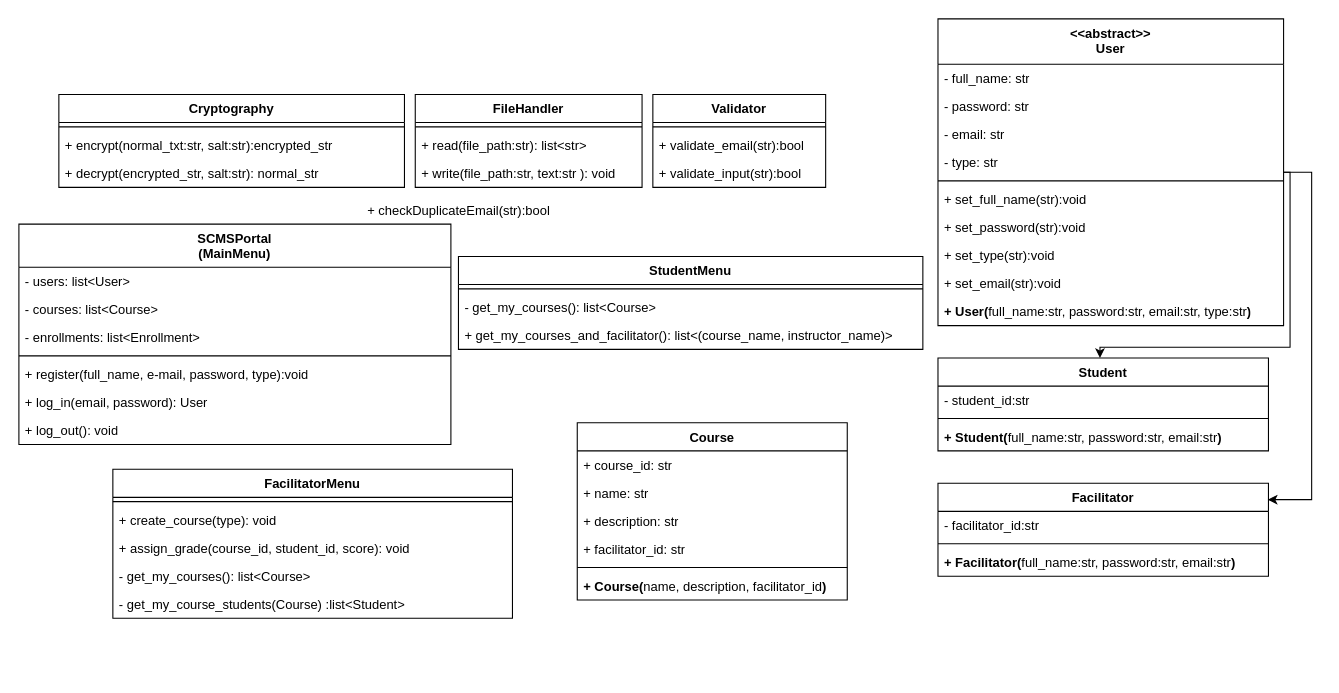
Before: page "Page-4" (4 of 4) of diagrams_scms.drawio in ifeanyicyriacus/student_course_management_system, a draw.io diagram. Source tidied: cells renumbered, new cells numbered last; positions are measured from the earlier drawing's top-left corner, leaving out a move shared by most shapes. Both pictures are drawn from the tidied source at 108%, with x=0, y=0 at pixel (18, 18).
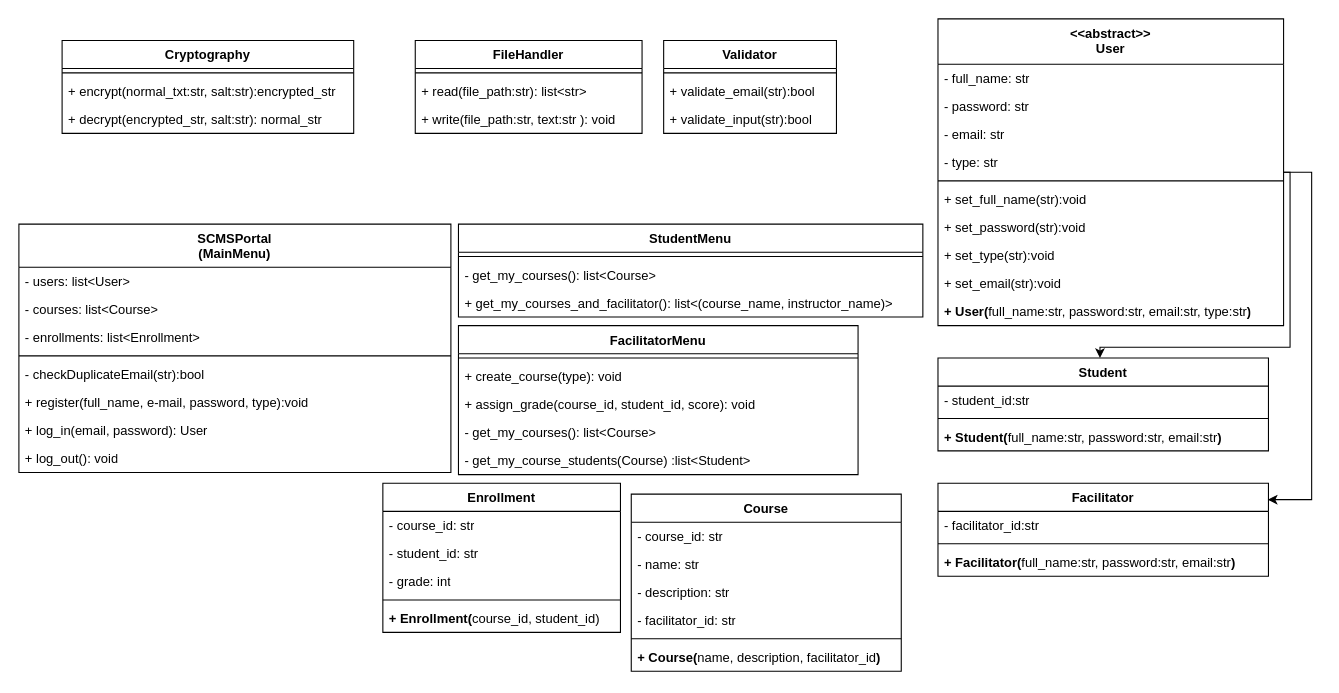
Above is the later version.

Diff of the diagram source:
```diff
@@
     <mxCell id="2" value="SCMSPortal&lt;div&gt;(MainMenu)&lt;/div&gt;" style="swimlane;fontStyle=1;align=center;verticalAlign=top;horizontal=1;startSize=40;whiteSpace=wrap;html=1;" parent="1" vertex="1">
-      <mxGeometry y="190" width="400" height="204" as="geometry" />
+      <mxGeometry y="190" width="400" height="230" as="geometry" />
     </mxCell>
@@
+    <mxCell id="42" value="- checkDuplicateEmail(str):bool" style="text;strokeColor=none;fillColor=none;align=left;verticalAlign=top;spacingLeft=4;spacingRight=4;overflow=hidden;whiteSpace=wrap;html=1;" parent="2" vertex="1">
+      <mxGeometry y="126" width="400" height="26" as="geometry" />
+    </mxCell>
     <mxCell id="7" value="+ register(full_name, e-mail, password, type):void" style="text;strokeColor=none;fillColor=none;align=left;verticalAlign=top;spacingLeft=4;spacingRight=4;overflow=hidden;whiteSpace=wrap;html=1;" parent="2" vertex="1">
-      <mxGeometry y="126" width="400" height="26" as="geometry" />
+      <mxGeometry y="152" width="400" height="26" as="geometry" />
     </mxCell>
     <mxCell id="8" value="+ log_in(email, password): User" style="text;strokeColor=none;fillColor=none;align=left;verticalAlign=top;spacingLeft=4;spacingRight=4;overflow=hidden;whiteSpace=wrap;html=1;" parent="2" vertex="1">
-      <mxGeometry y="152" width="400" height="26" as="geometry" />
+      <mxGeometry y="178" width="400" height="26" as="geometry" />
     </mxCell>
     <mxCell id="9" value="&lt;font style=&quot;color: light-dark(rgb(0, 0, 0), rgb(255, 255, 255));&quot;&gt;+ log_out(): void&lt;/font&gt;" style="text;strokeColor=none;fillColor=none;align=left;verticalAlign=top;spacingLeft=4;spacingRight=4;overflow=hidden;whiteSpace=wrap;html=1;" parent="2" vertex="1">
-      <mxGeometry y="178" width="400" height="26" as="geometry" />
+      <mxGeometry y="204" width="400" height="26" as="geometry" />
     </mxCell>
@@
     <mxCell id="30" value="Validator" style="swimlane;fontStyle=1;align=center;verticalAlign=top;horizontal=1;startSize=26;whiteSpace=wrap;html=1;" parent="1" vertex="1">
-      <mxGeometry x="587" y="70" width="160" height="86" as="geometry" />
+      <mxGeometry x="597" y="20" width="160" height="86" as="geometry" />
     </mxCell>
@@
     <mxCell id="34" value="Cryptography" style="swimlane;fontStyle=1;align=center;verticalAlign=top;horizontal=1;startSize=26;whiteSpace=wrap;html=1;" parent="1" vertex="1">
-      <mxGeometry x="37" y="70" width="320" height="86" as="geometry" />
+      <mxGeometry x="40" y="20" width="270" height="86" as="geometry" />
     </mxCell>
     <mxCell id="35" style="line;strokeWidth=1;fillColor=none;align=left;verticalAlign=middle;spacingTop=-1;spacingLeft=3;spacingRight=3;labelPosition=right;strokeColor=inherit;" parent="34" vertex="1">
-      <mxGeometry y="26" width="320" height="8" as="geometry" />
+      <mxGeometry y="26" width="270" height="8" as="geometry" />
     </mxCell>
     <mxCell id="36" value="+ encrypt(normal_txt:str, salt:str):encrypted_str" style="text;strokeColor=none;fillColor=none;align=left;verticalAlign=top;spacingLeft=4;spacingRight=4;overflow=hidden;whiteSpace=wrap;html=1;" parent="34" vertex="1">
-      <mxGeometry y="34" width="320" height="26" as="geometry" />
+      <mxGeometry y="34" width="270" height="26" as="geometry" />
     </mxCell>
     <mxCell id="37" value="+ decrypt(encrypted_str, salt:str): normal_str" style="text;strokeColor=none;fillColor=none;align=left;verticalAlign=top;spacingLeft=4;spacingRight=4;overflow=hidden;whiteSpace=wrap;html=1;" parent="34" vertex="1">
-      <mxGeometry y="60" width="320" height="26" as="geometry" />
+      <mxGeometry y="60" width="270" height="26" as="geometry" />
     </mxCell>
     <mxCell id="38" value="FileHandler" style="swimlane;fontStyle=1;align=center;verticalAlign=top;horizontal=1;startSize=26;whiteSpace=wrap;html=1;" parent="1" vertex="1">
-      <mxGeometry x="367" y="70" width="210" height="86" as="geometry" />
+      <mxGeometry x="367" y="20" width="210" height="86" as="geometry" />
     </mxCell>
@@
-    <mxCell id="42" value="+ checkDuplicateEmail(str):bool" style="text;strokeColor=none;fillColor=none;align=left;verticalAlign=top;spacingLeft=4;spacingRight=4;overflow=hidden;whiteSpace=wrap;html=1;" parent="1" vertex="1">
-      <mxGeometry x="317" y="164" width="180" height="26" as="geometry" />
-    </mxCell>
     <mxCell id="43" value="&lt;span style=&quot;background-color: transparent; color: light-dark(rgb(0, 0, 0), rgb(255, 255, 255));&quot;&gt;FacilitatorMenu&lt;/span&gt;" style="swimlane;fontStyle=1;align=center;verticalAlign=top;horizontal=1;startSize=26;whiteSpace=wrap;html=1;" parent="1" vertex="1">
-      <mxGeometry x="87" y="417" width="370" height="138" as="geometry" />
+      <mxGeometry x="407" y="284" width="370" height="138" as="geometry" />
     </mxCell>
@@
     <mxCell id="49" value="StudentMenu" style="swimlane;fontStyle=1;align=center;verticalAlign=top;horizontal=1;startSize=26;whiteSpace=wrap;html=1;" parent="1" vertex="1">
-      <mxGeometry x="407" y="220" width="430" height="86" as="geometry" />
+      <mxGeometry x="407" y="190" width="430" height="86" as="geometry" />
     </mxCell>
@@
     <mxCell id="54" value="Course" style="swimlane;fontStyle=1;align=center;verticalAlign=top;horizontal=1;startSize=26;whiteSpace=wrap;html=1;" parent="1" vertex="1">
-      <mxGeometry x="517" y="374" width="250" height="164" as="geometry" />
+      <mxGeometry x="567" y="440" width="250" height="164" as="geometry" />
     </mxCell>
-    <mxCell id="55" value="+ course_id: str" style="text;strokeColor=none;fillColor=none;align=left;verticalAlign=top;spacingLeft=4;spacingRight=4;overflow=hidden;whiteSpace=wrap;html=1;" parent="54" vertex="1">
+    <mxCell id="55" value="- course_id: str" style="text;strokeColor=none;fillColor=none;align=left;verticalAlign=top;spacingLeft=4;spacingRight=4;overflow=hidden;whiteSpace=wrap;html=1;" parent="54" vertex="1">
       <mxGeometry y="26" width="250" height="26" as="geometry" />
     </mxCell>
-    <mxCell id="56" value="+ name: str" style="text;strokeColor=none;fillColor=none;align=left;verticalAlign=top;spacingLeft=4;spacingRight=4;overflow=hidden;whiteSpace=wrap;html=1;" parent="54" vertex="1">
+    <mxCell id="56" value="- name: str" style="text;strokeColor=none;fillColor=none;align=left;verticalAlign=top;spacingLeft=4;spacingRight=4;overflow=hidden;whiteSpace=wrap;html=1;" parent="54" vertex="1">
       <mxGeometry y="52" width="250" height="26" as="geometry" />
     </mxCell>
-    <mxCell id="57" value="+ description: str" style="text;strokeColor=none;fillColor=none;align=left;verticalAlign=top;spacingLeft=4;spacingRight=4;overflow=hidden;whiteSpace=wrap;html=1;" parent="54" vertex="1">
+    <mxCell id="57" value="- description: str" style="text;strokeColor=none;fillColor=none;align=left;verticalAlign=top;spacingLeft=4;spacingRight=4;overflow=hidden;whiteSpace=wrap;html=1;" parent="54" vertex="1">
       <mxGeometry y="78" width="250" height="26" as="geometry" />
     </mxCell>
-    <mxCell id="58" value="+ facilitator_id: str" style="text;strokeColor=none;fillColor=none;align=left;verticalAlign=top;spacingLeft=4;spacingRight=4;overflow=hidden;whiteSpace=wrap;html=1;" parent="54" vertex="1">
+    <mxCell id="58" value="- facilitator_id: str" style="text;strokeColor=none;fillColor=none;align=left;verticalAlign=top;spacingLeft=4;spacingRight=4;overflow=hidden;whiteSpace=wrap;html=1;" parent="54" vertex="1">
       <mxGeometry y="104" width="250" height="26" as="geometry" />
     </mxCell>
@@
+    <mxCell id="61" value="Enrollment" style="swimlane;fontStyle=1;align=center;verticalAlign=top;horizontal=1;startSize=26;whiteSpace=wrap;html=1;" parent="1" vertex="1">
+      <mxGeometry x="337" y="430" width="220" height="138" as="geometry" />
+    </mxCell>
+    <mxCell id="62" value="- course_id: str" style="text;strokeColor=none;fillColor=none;align=left;verticalAlign=top;spacingLeft=4;spacingRight=4;overflow=hidden;whiteSpace=wrap;html=1;" parent="61" vertex="1">
+      <mxGeometry y="26" width="220" height="26" as="geometry" />
+    </mxCell>
+    <mxCell id="63" value="- student_id: str" style="text;strokeColor=none;fillColor=none;align=left;verticalAlign=top;spacingLeft=4;spacingRight=4;overflow=hidden;whiteSpace=wrap;html=1;" parent="61" vertex="1">
+      <mxGeometry y="52" width="220" height="26" as="geometry" />
+    </mxCell>
+    <mxCell id="64" value="- grade: int" style="text;strokeColor=none;fillColor=none;align=left;verticalAlign=top;spacingLeft=4;spacingRight=4;overflow=hidden;whiteSpace=wrap;html=1;" parent="61" vertex="1">
+      <mxGeometry y="78" width="220" height="26" as="geometry" />
+    </mxCell>
+    <mxCell id="65" style="line;strokeWidth=1;fillColor=none;align=left;verticalAlign=middle;spacingTop=-1;spacingLeft=3;spacingRight=3;labelPosition=right;strokeColor=inherit;" parent="61" vertex="1">
+      <mxGeometry y="104" width="220" height="8" as="geometry" />
+    </mxCell>
+    <mxCell id="66" value="&lt;b&gt;+&amp;nbsp;&lt;/b&gt;&lt;span style=&quot;font-weight: 700; text-align: center;&quot;&gt;Enrollment&lt;/span&gt;&lt;b&gt;(&lt;/b&gt;course_id, student_id)" style="text;strokeColor=none;fillColor=none;align=left;verticalAlign=top;spacingLeft=4;spacingRight=4;overflow=hidden;whiteSpace=wrap;html=1;" parent="61" vertex="1">
+      <mxGeometry y="112" width="220" height="26" as="geometry" />
+    </mxCell>
```
